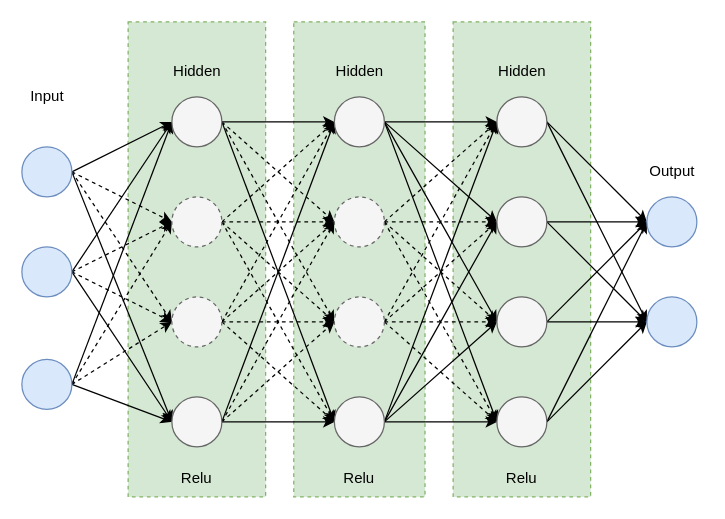
The draw.io diagram src/Untitled Diagram.drawio in maoqifan1/drawio, before the edit. Source tidied: cells renumbered, new cells numbered last; positions are measured from the earlier drawing's top-left corner, leaving out a move shared by most shapes. Both pictures are drawn from the tidied source at 125%, with x=0, y=0 at pixel (21, 21).
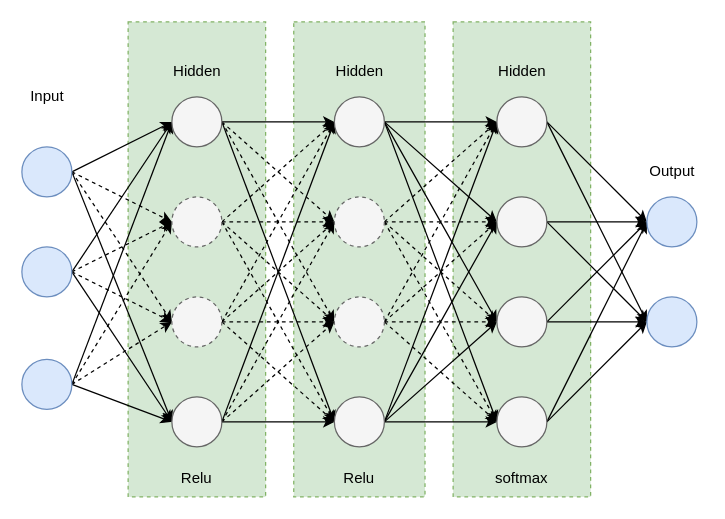
After the change.

Change to the diagram source:
```diff
@@
-    <mxCell id="81" value="Relu" style="text;html=1;strokeColor=none;fillColor=none;align=center;verticalAlign=middle;whiteSpace=wrap;rounded=0;dashed=1;" parent="1" vertex="1">
+    <mxCell id="81" value="softmax" style="text;html=1;strokeColor=none;fillColor=none;align=center;verticalAlign=middle;whiteSpace=wrap;rounded=0;dashed=1;" parent="1" vertex="1">
       <mxGeometry x="370" y="350" width="60" height="30" as="geometry" />
     </mxCell>
```
